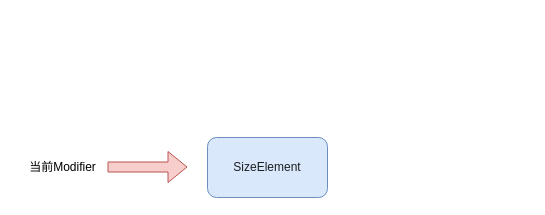
This is docs/Modifier.drawio from haiyang-zhao/ComposeLearning-1, a draw.io file, before an edit. Source tidied: cells renumbered, new cells numbered last; positions are measured from the earlier drawing's top-left corner, leaving out a move shared by most shapes. Both pictures are drawn from the tidied source at 100%, with x=0, y=0 at pixel (17, 137).
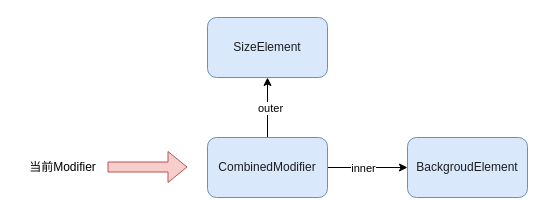
After the change.

What changed in the source:
```diff
@@
 <mxGraphModel>
   <root>
     <mxCell id="0" />
     <mxCell id="1" parent="0" />
+    <mxCell id="5" style="edgeStyle=orthogonalEdgeStyle;rounded=0;jettySize=auto;html=1;" parent="1" edge="1" source="2" target="9">
+      <mxGeometry relative="1" as="geometry" />
+    </mxCell>
+    <mxCell id="6" value="inner" style="edgeLabel;html=1;align=center;verticalAlign=middle;" parent="5" vertex="1">
+      <mxGeometry x="-0.12" relative="1" as="geometry" />
+    </mxCell>
+    <mxCell id="7" style="edgeStyle=orthogonalEdgeStyle;rounded=0;jettySize=auto;html=1;" parent="1" edge="1" source="2" target="10">
+      <mxGeometry relative="1" as="geometry" />
+    </mxCell>
+    <mxCell id="8" value="outer" style="edgeLabel;html=1;align=center;verticalAlign=middle;" parent="7" vertex="1">
+      <mxGeometry y="-2" relative="1" as="geometry" />
+    </mxCell>
-    <mxCell id="2" value="&lt;div class=&quot;lake-content&quot;&gt;&lt;span style=&quot;color: rgb(28, 30, 33)&quot; class=&quot;ne-text&quot;&gt;SizeElement&lt;/span&gt;&lt;/div&gt;" style="rounded=1;whiteSpace=wrap;html=1;fillColor=#dae8fc;strokeColor=#6c8ebf;" parent="1" vertex="1">
+    <mxCell id="2" value="&lt;div class=&quot;lake-content&quot;&gt;&lt;font color=&quot;#1c1e21&quot;&gt;CombinedModifier&lt;/font&gt;&lt;/div&gt;" style="rounded=1;whiteSpace=wrap;html=1;fillColor=#dae8fc;strokeColor=#6c8ebf;" parent="1" vertex="1">
       <mxGeometry x="190" width="120" height="60" as="geometry" />
     </mxCell>
     <mxCell id="3" style="shape=flexArrow;endArrow=classic;html=1;rounded=0;fillColor=#f8cecc;strokeColor=#b85450;" parent="1" edge="1">
       <mxGeometry relative="1" as="geometry">
         <mxPoint x="90" y="29.5" as="sourcePoint" />
         <mxPoint x="170" y="29.5" as="targetPoint" />
       </mxGeometry>
     </mxCell>
     <mxCell id="4" value="当前Modifier" style="text;html=1;align=center;verticalAlign=middle;strokeColor=none;fillColor=none;" parent="1" vertex="1">
       <mxGeometry y="15" width="90" height="30" as="geometry" />
     </mxCell>
+    <mxCell id="9" value="&lt;div class=&quot;lake-content&quot;&gt;&lt;span style=&quot;color: rgb(28, 30, 33)&quot; class=&quot;ne-text&quot;&gt;BackgroudElement&lt;/span&gt;&lt;/div&gt;" style="rounded=1;whiteSpace=wrap;html=1;fillColor=#dae8fc;strokeColor=#6c8ebf;" parent="1" vertex="1">
+      <mxGeometry x="390" width="120" height="60" as="geometry" />
+    </mxCell>
+    <mxCell id="10" value="&lt;div class=&quot;lake-content&quot;&gt;&lt;span style=&quot;color: rgb(28, 30, 33)&quot; class=&quot;ne-text&quot;&gt;SizeElement&lt;/span&gt;&lt;/div&gt;" style="rounded=1;whiteSpace=wrap;html=1;fillColor=#dae8fc;strokeColor=#6c8ebf;" parent="1" vertex="1">
+      <mxGeometry x="190" y="-120" width="120" height="60" as="geometry" />
+    </mxCell>
   </root>
 </mxGraphModel>
```
